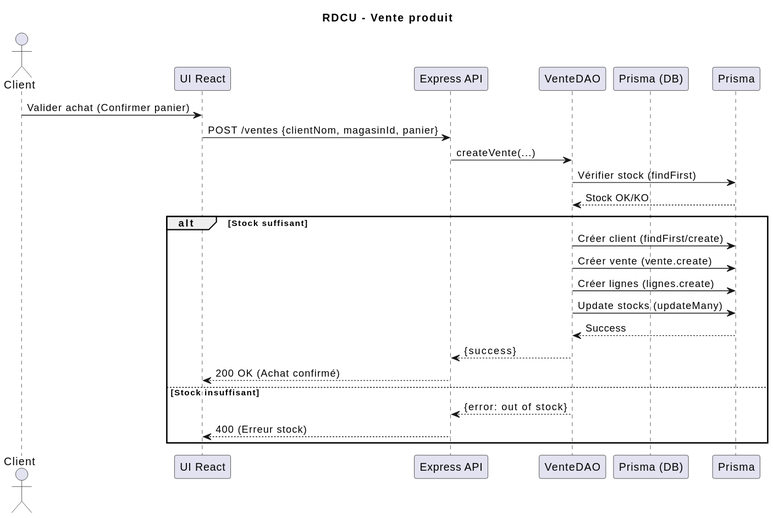
Minh-Khoi-Le/log430-lab4 keeps this PlantUML diagram as docs/svg/RDCU Vente.svg. Above is the earlier version.
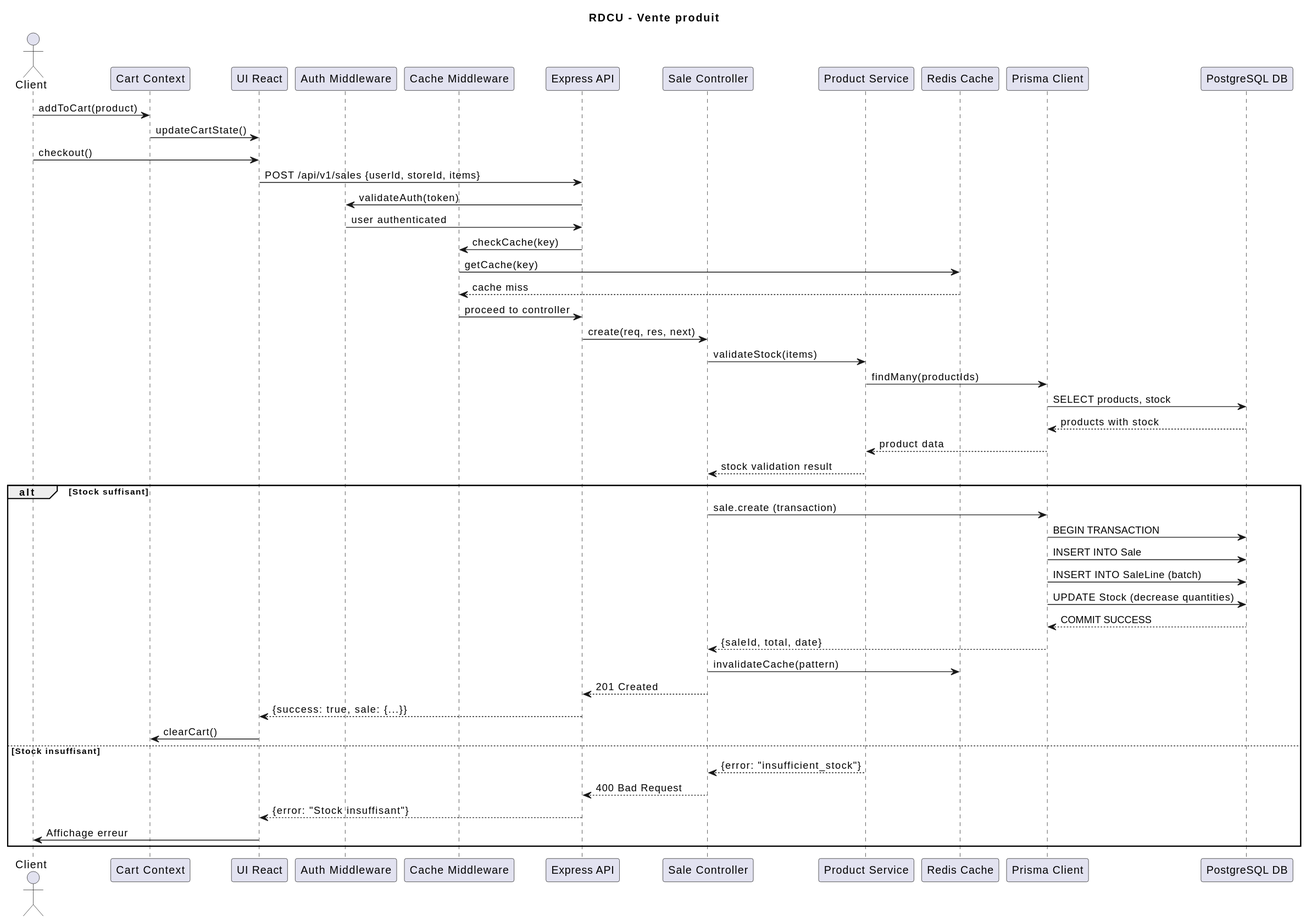
The same file after the commit.

Change to the diagram source:
```diff
@@ -2,26 +2,51 @@
 title RDCU - Vente produit
 
 actor Client
+participant "Cart Context" as CartCtx
 participant "UI React" as Frontend
+participant "Auth Middleware" as Auth
+participant "Cache Middleware" as Cache
 participant "Express API" as Backend
-participant "VenteDAO"
-participant "Prisma (DB)"
+participant "Sale Controller" as Controller
+participant "Product Service" as ProductSvc
+participant "Redis Cache" as Redis
+participant "Prisma Client" as Prisma
+participant "PostgreSQL DB" as DB
 
-Client -> Frontend : Valider achat (Confirmer panier)
-Frontend -> Backend : POST /ventes {clientNom, magasinId, panier}
-Backend -> VenteDAO : createVente(...)
-VenteDAO -> Prisma : Vérifier stock (findFirst)
-Prisma --> VenteDAO : Stock OK/KO
+Client -> CartCtx : addToCart(product)
+CartCtx -> Frontend : updateCartState()
+Client -> Frontend : checkout()
+Frontend -> Backend : POST /api/v1/sales {userId, storeId, items}
+Backend -> Auth : validateAuth(token)
+Auth -> Backend : user authenticated
+Backend -> Cache : checkCache(key)
+Cache -> Redis : getCache(key)
+Redis --> Cache : cache miss
+Cache -> Backend : proceed to controller
+Backend -> Controller : create(req, res, next)
+Controller -> ProductSvc : validateStock(items)
+ProductSvc -> Prisma : findMany(productIds)
+Prisma -> DB : SELECT products, stock
+DB --> Prisma : products with stock
+Prisma --> ProductSvc : product data
+ProductSvc --> Controller : stock validation result
+
 alt Stock suffisant
-  VenteDAO -> Prisma : Créer client (findFirst/create)
-  VenteDAO -> Prisma : Créer vente (vente.create)
-  VenteDAO -> Prisma : Créer lignes (lignes.create)
-  VenteDAO -> Prisma : Update stocks (updateMany)
-  Prisma --> VenteDAO : Success
-  VenteDAO --> Backend : {success}
-  Backend --> Frontend : 200 OK (Achat confirmé)
+  Controller -> Prisma : sale.create (transaction)
+  Prisma -> DB : BEGIN TRANSACTION
+  Prisma -> DB : INSERT INTO Sale
+  Prisma -> DB : INSERT INTO SaleLine (batch)
+  Prisma -> DB : UPDATE Stock (decrease quantities)
+  DB --> Prisma : COMMIT SUCCESS
+  Prisma --> Controller : {saleId, total, date}
+  Controller -> Redis : invalidateCache(pattern)
+  Controller --> Backend : 201 Created
+  Backend --> Frontend : {success: true, sale: {...}}
+  Frontend -> CartCtx : clearCart()
 else Stock insuffisant
-  VenteDAO --> Backend : {error: out of stock}
-  Backend --> Frontend : 400 (Erreur stock)
+  ProductSvc --> Controller : {error: "insufficient_stock"}
+  Controller --> Backend : 400 Bad Request
+  Backend --> Frontend : {error: "Stock insuffisant"}
+  Frontend -> Client : Affichage erreur
 end
 @enduml
```
